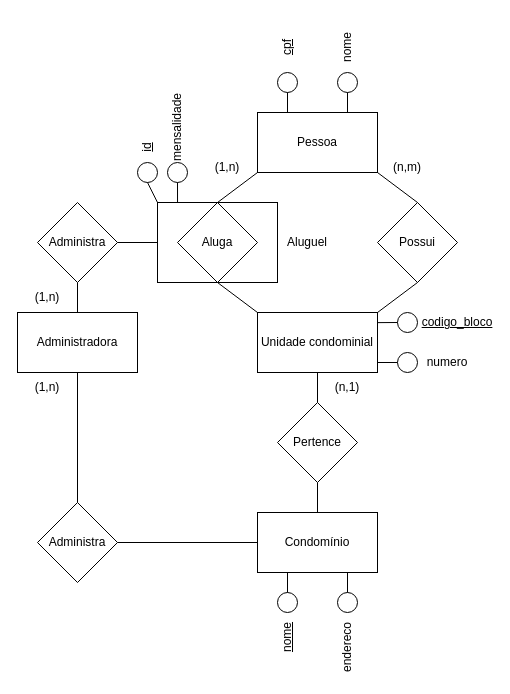
Earlier version of the draw.io diagram Lista1_28-03/Ex1.drawio (andreeeeeeeee/Engenharia_Software). Source tidied: cells renumbered, new cells numbered last; positions are measured from the earlier drawing's top-left corner, leaving out a move shared by most shapes. Both pictures are drawn from the tidied source at 100%, with x=0, y=0 at pixel (17, 32).
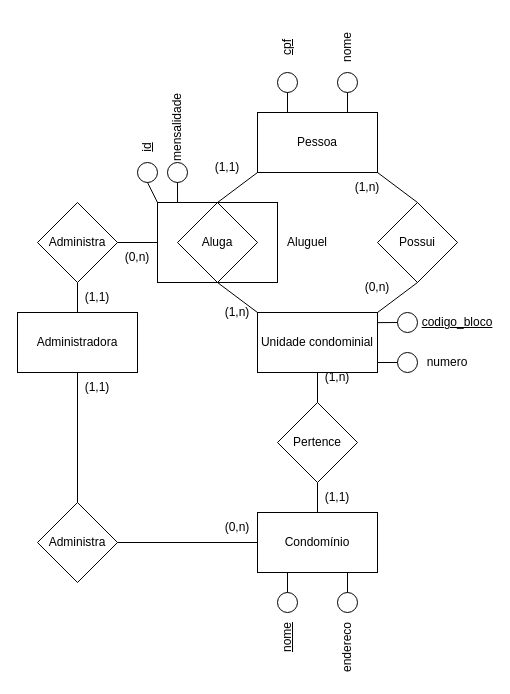
Above is the later version.

Change to the diagram source:
```diff
@@
-    <mxCell id="11" value="(n,m)" style="text;html=1;strokeColor=none;fillColor=none;align=center;verticalAlign=middle;whiteSpace=wrap;rounded=0;" parent="1" vertex="1">
-      <mxGeometry x="360" y="120" width="60" height="30" as="geometry" />
+    <mxCell id="11" value="(1,n)" style="text;html=1;strokeColor=none;fillColor=none;align=center;verticalAlign=middle;whiteSpace=wrap;rounded=0;" parent="1" vertex="1">
+      <mxGeometry x="320" y="140" width="60" height="30" as="geometry" />
     </mxCell>
-    <mxCell id="12" value="(1,n)" style="text;html=1;strokeColor=none;fillColor=none;align=center;verticalAlign=middle;whiteSpace=wrap;rounded=0;" parent="1" vertex="1">
+    <mxCell id="12" value="(1,1)" style="text;html=1;strokeColor=none;fillColor=none;align=center;verticalAlign=middle;whiteSpace=wrap;rounded=0;" parent="1" vertex="1">
       <mxGeometry x="180" y="120" width="60" height="30" as="geometry" />
     </mxCell>
@@
-    <mxCell id="17" value="(n,1)" style="text;html=1;strokeColor=none;fillColor=none;align=center;verticalAlign=middle;whiteSpace=wrap;rounded=0;" parent="1" vertex="1">
-      <mxGeometry x="300" y="340" width="60" height="30" as="geometry" />
+    <mxCell id="17" value="(1,n)" style="text;html=1;strokeColor=none;fillColor=none;align=center;verticalAlign=middle;whiteSpace=wrap;rounded=0;" parent="1" vertex="1">
+      <mxGeometry x="290" y="330" width="60" height="30" as="geometry" />
     </mxCell>
@@
-    <mxCell id="25" value="(1,n)" style="text;html=1;strokeColor=none;fillColor=none;align=center;verticalAlign=middle;whiteSpace=wrap;rounded=0;" parent="1" vertex="1">
-      <mxGeometry y="250" width="60" height="30" as="geometry" />
+    <mxCell id="25" value="(0,n)" style="text;html=1;strokeColor=none;fillColor=none;align=center;verticalAlign=middle;whiteSpace=wrap;rounded=0;" parent="1" vertex="1">
+      <mxGeometry x="90" y="210" width="60" height="30" as="geometry" />
     </mxCell>
-    <mxCell id="26" value="(1,n)" style="text;html=1;strokeColor=none;fillColor=none;align=center;verticalAlign=middle;whiteSpace=wrap;rounded=0;" parent="1" vertex="1">
-      <mxGeometry y="340" width="60" height="30" as="geometry" />
+    <mxCell id="26" value="(0,n)" style="text;html=1;strokeColor=none;fillColor=none;align=center;verticalAlign=middle;whiteSpace=wrap;rounded=0;" parent="1" vertex="1">
+      <mxGeometry x="190" y="480" width="60" height="30" as="geometry" />
     </mxCell>
@@
+    <mxCell id="52" value="(1,1)" style="text;html=1;strokeColor=none;fillColor=none;align=center;verticalAlign=middle;whiteSpace=wrap;rounded=0;" parent="1" vertex="1">
+      <mxGeometry x="50" y="250" width="60" height="30" as="geometry" />
+    </mxCell>
+    <mxCell id="53" value="(1,1)" style="text;html=1;strokeColor=none;fillColor=none;align=center;verticalAlign=middle;whiteSpace=wrap;rounded=0;" parent="1" vertex="1">
+      <mxGeometry x="50" y="340" width="60" height="30" as="geometry" />
+    </mxCell>
+    <mxCell id="54" value="(1,1)" style="text;html=1;strokeColor=none;fillColor=none;align=center;verticalAlign=middle;whiteSpace=wrap;rounded=0;" parent="1" vertex="1">
+      <mxGeometry x="290" y="450" width="60" height="30" as="geometry" />
+    </mxCell>
+    <mxCell id="55" value="(1,n)" style="text;html=1;strokeColor=none;fillColor=none;align=center;verticalAlign=middle;whiteSpace=wrap;rounded=0;" parent="1" vertex="1">
+      <mxGeometry x="190" y="265" width="60" height="30" as="geometry" />
+    </mxCell>
+    <mxCell id="56" value="(0,n)" style="text;html=1;strokeColor=none;fillColor=none;align=center;verticalAlign=middle;whiteSpace=wrap;rounded=0;" parent="1" vertex="1">
+      <mxGeometry x="330" y="240" width="60" height="30" as="geometry" />
+    </mxCell>
```
